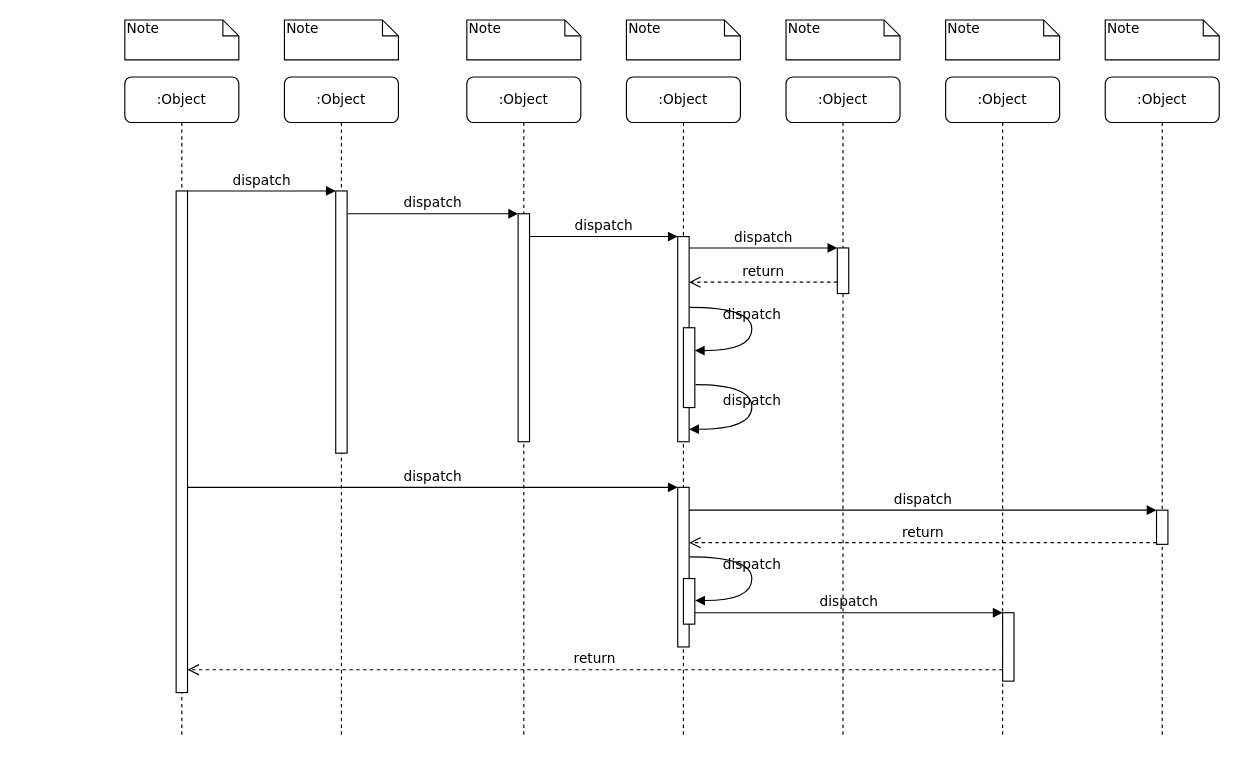
SuperSources/draw.io keeps this draw.io diagram as nfc enable.drawio. Above is the earlier version. Source tidied: cells renumbered, new cells numbered last; positions are measured from the earlier drawing's top-left corner, leaving out a move shared by most shapes. Both pictures are drawn from the tidied source at 114%, with x=0, y=0 at pixel (124, 19).
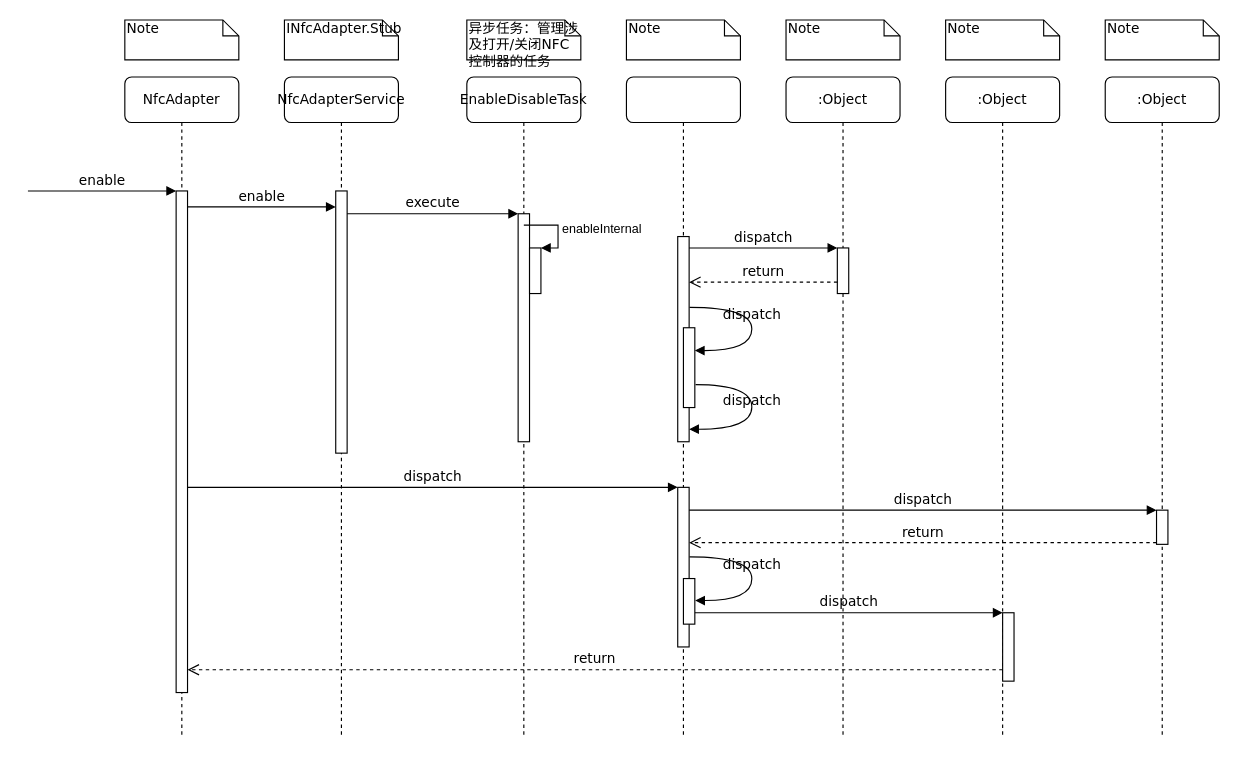
Above is the later version.

The change refers to these unchanged cells:
```xml
<mxCell id="3" style="html=1;points=[];perimeter=orthogonalPerimeter;rounded=0;shadow=0;comic=0;labelBackgroundColor=none;strokeWidth=1;fontFamily=Verdana;fontSize=12;align=center;" parent="2" vertex="1">
  <mxGeometry x="45" y="100" width="10" height="230" as="geometry" />
</mxCell>
<mxCell id="5" style="html=1;points=[];perimeter=orthogonalPerimeter;rounded=0;shadow=0;comic=0;labelBackgroundColor=none;strokeWidth=1;fontFamily=Verdana;fontSize=12;align=center;" parent="4" vertex="1">
  <mxGeometry x="45" y="120" width="10" height="200" as="geometry" />
</mxCell>
<mxCell id="11" style="html=1;points=[];perimeter=orthogonalPerimeter;rounded=0;shadow=0;comic=0;labelBackgroundColor=none;strokeWidth=1;fontFamily=Verdana;fontSize=12;align=center;" parent="10" vertex="1">
  <mxGeometry x="45" y="100" width="10" height="440" as="geometry" />
</mxCell>
<mxCell id="12" style="html=1;points=[];perimeter=orthogonalPerimeter;rounded=0;shadow=0;comic=0;labelBackgroundColor=none;strokeWidth=1;fontFamily=Verdana;fontSize=12;align=center;" parent="1" vertex="1">
  <mxGeometry x="485" y="190" width="10" height="180" as="geometry" />
</mxCell>
```

What changed in the source:
```diff
@@
-    <mxCell id="2" value=":Object" style="shape=umlLifeline;perimeter=lifelinePerimeter;whiteSpace=wrap;html=1;rounded=1;shadow=0;comic=0;labelBackgroundColor=none;strokeWidth=1;fontFamily=Verdana;fontSize=12;align=center;" parent="1" vertex="1">
+    <mxCell id="2" value="NfcAdapterService" style="shape=umlLifeline;perimeter=lifelinePerimeter;whiteSpace=wrap;html=1;rounded=1;shadow=0;comic=0;labelBackgroundColor=none;strokeWidth=1;fontFamily=Verdana;fontSize=12;align=center;" parent="1" vertex="1">
       <mxGeometry x="140" y="50" width="100" height="580" as="geometry" />
     </mxCell>
@@
-    <mxCell id="4" value=":Object" style="shape=umlLifeline;perimeter=lifelinePerimeter;whiteSpace=wrap;html=1;rounded=1;shadow=0;comic=0;labelBackgroundColor=none;strokeWidth=1;fontFamily=Verdana;fontSize=12;align=center;" parent="1" vertex="1">
+    <mxCell id="4" value="EnableDisableTask" style="shape=umlLifeline;perimeter=lifelinePerimeter;whiteSpace=wrap;html=1;rounded=1;shadow=0;comic=0;labelBackgroundColor=none;strokeWidth=1;fontFamily=Verdana;fontSize=12;align=center;" parent="1" vertex="1">
       <mxGeometry x="300" y="50" width="100" height="580" as="geometry" />
     </mxCell>
@@
+    <mxCell id="39" style="html=1;points=[];perimeter=orthogonalPerimeter;" parent="4" vertex="1">
+      <mxGeometry x="55" y="150" width="10" height="40" as="geometry" />
+    </mxCell>
+    <mxCell id="40" value="enableInternal" style="edgeStyle=orthogonalEdgeStyle;html=1;align=left;spacingLeft=2;endArrow=block;rounded=0;entryX=1;entryY=0;" parent="4" edge="1" target="39">
+      <mxGeometry relative="1" as="geometry">
+        <mxPoint x="50" y="130" as="sourcePoint" />
+        <Array as="points">
+          <mxPoint x="80" y="130" />
+        </Array>
+      </mxGeometry>
+    </mxCell>
-    <mxCell id="6" value=":Object" style="shape=umlLifeline;perimeter=lifelinePerimeter;whiteSpace=wrap;html=1;rounded=1;shadow=0;comic=0;labelBackgroundColor=none;strokeWidth=1;fontFamily=Verdana;fontSize=12;align=center;" parent="1" vertex="1">
+    <mxCell id="6" style="shape=umlLifeline;perimeter=lifelinePerimeter;whiteSpace=wrap;html=1;rounded=1;shadow=0;comic=0;labelBackgroundColor=none;strokeWidth=1;fontFamily=Verdana;fontSize=12;align=center;" parent="1" vertex="1">
       <mxGeometry x="440" y="50" width="100" height="580" as="geometry" />
     </mxCell>
@@
-    <mxCell id="10" value=":Object" style="shape=umlLifeline;perimeter=lifelinePerimeter;whiteSpace=wrap;html=1;rounded=1;shadow=0;comic=0;labelBackgroundColor=none;strokeWidth=1;fontFamily=Verdana;fontSize=12;align=center;" parent="1" vertex="1">
+    <mxCell id="10" value="NfcAdapter" style="shape=umlLifeline;perimeter=lifelinePerimeter;whiteSpace=wrap;html=1;rounded=1;shadow=0;comic=0;labelBackgroundColor=none;strokeWidth=1;fontFamily=Verdana;fontSize=12;align=center;" parent="1" vertex="1">
       <mxGeometry y="50" width="100" height="580" as="geometry" />
     </mxCell>
@@
+    <mxCell id="41" value="enable" style="html=1;verticalAlign=bottom;endArrow=block;entryX=0;entryY=0;labelBackgroundColor=none;fontFamily=Verdana;fontSize=12;edgeStyle=elbowEdgeStyle;elbow=vertical;" parent="10" edge="1">
+      <mxGeometry relative="1" as="geometry">
+        <mxPoint x="-85" y="100" as="sourcePoint" />
+        <mxPoint x="45" y="100" as="targetPoint" />
+      </mxGeometry>
+    </mxCell>
@@
-    <mxCell id="13" value="dispatch" style="html=1;verticalAlign=bottom;endArrow=block;labelBackgroundColor=none;fontFamily=Verdana;fontSize=12;edgeStyle=elbowEdgeStyle;elbow=vertical;" parent="1" edge="1" source="5" target="12">
-      <mxGeometry relative="1" as="geometry">
-        <Array as="points">
-          <mxPoint x="360" y="190" />
-        </Array>
-      </mxGeometry>
-    </mxCell>
@@
-    <mxCell id="25" value="dispatch" style="html=1;verticalAlign=bottom;endArrow=block;entryX=0;entryY=0;labelBackgroundColor=none;fontFamily=Verdana;fontSize=12;edgeStyle=elbowEdgeStyle;elbow=vertical;" parent="1" edge="1" source="11" target="3">
-      <mxGeometry relative="1" as="geometry" />
+    <mxCell id="25" value="enable" style="html=1;verticalAlign=bottom;endArrow=block;entryX=0;entryY=0;labelBackgroundColor=none;fontFamily=Verdana;fontSize=12;edgeStyle=elbowEdgeStyle;elbow=vertical;" parent="1" edge="1">
+      <mxGeometry relative="1" as="geometry">
+        <mxPoint x="55" y="164" as="sourcePoint" />
+        <mxPoint x="185" y="164" as="targetPoint" />
+      </mxGeometry>
     </mxCell>
-    <mxCell id="26" value="dispatch" style="html=1;verticalAlign=bottom;endArrow=block;entryX=0;entryY=0;labelBackgroundColor=none;fontFamily=Verdana;fontSize=12;edgeStyle=elbowEdgeStyle;elbow=vertical;" parent="1" edge="1" source="3" target="5">
+    <mxCell id="26" value="execute" style="html=1;verticalAlign=bottom;endArrow=block;entryX=0;entryY=0;labelBackgroundColor=none;fontFamily=Verdana;fontSize=12;edgeStyle=elbowEdgeStyle;elbow=vertical;" parent="1" edge="1" source="3" target="5">
       <mxGeometry relative="1" as="geometry" />
     </mxCell>
@@
-    <mxCell id="33" value="Note" style="shape=note;whiteSpace=wrap;html=1;size=14;verticalAlign=top;align=left;spacingTop=-6;rounded=0;shadow=0;comic=0;labelBackgroundColor=none;strokeWidth=1;fontFamily=Verdana;fontSize=12;" parent="1" vertex="1">
+    <mxCell id="33" value="INfcAdapter.Stub" style="shape=note;whiteSpace=wrap;html=1;size=14;verticalAlign=top;align=left;spacingTop=-6;rounded=0;shadow=0;comic=0;labelBackgroundColor=none;strokeWidth=1;fontFamily=Verdana;fontSize=12;" parent="1" vertex="1">
       <mxGeometry x="140" width="100" height="35" as="geometry" />
     </mxCell>
-    <mxCell id="34" value="Note" style="shape=note;whiteSpace=wrap;html=1;size=14;verticalAlign=top;align=left;spacingTop=-6;rounded=0;shadow=0;comic=0;labelBackgroundColor=none;strokeWidth=1;fontFamily=Verdana;fontSize=12;" parent="1" vertex="1">
+    <mxCell id="34" value="异步任务：管理涉及打开/关闭NFC控制器的任务" style="shape=note;whiteSpace=wrap;html=1;size=14;verticalAlign=top;align=left;spacingTop=-6;rounded=0;shadow=0;comic=0;labelBackgroundColor=none;strokeWidth=1;fontFamily=Verdana;fontSize=12;" parent="1" vertex="1">
       <mxGeometry x="300" width="100" height="35" as="geometry" />
     </mxCell>
```
